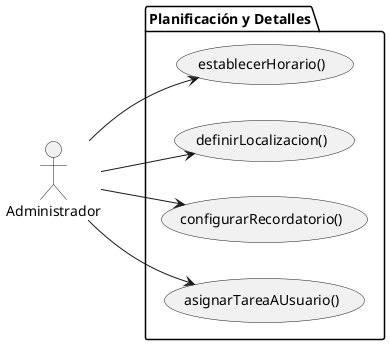
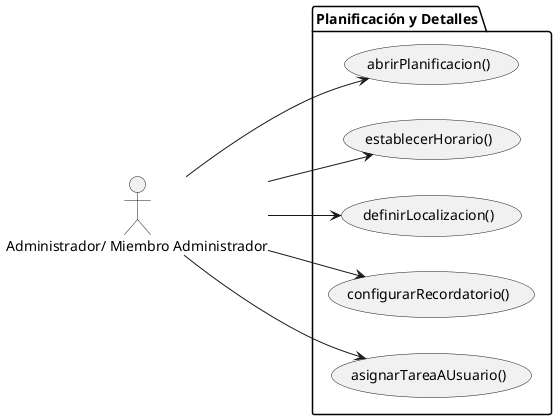
@startuml DiagramaPlanificaciónYDetalles
left to right direction
- actor "Administrador" as Admin
- 
+ actor "Administrador/ Miembro Administrador" as Admin

package "Planificación y Detalles" {
-     usecase "establecerHorario()" as UC_D1
-     usecase "definirLocalizacion()" as UC_D2
-     usecase "configurarRecordatorio()" as UC_D3
-     usecase "asignarTareaAUsuario()" as UC_D4
- 
+     usecase "abrirPlanificacion()" as UC_D1
+     usecase "establecerHorario()" as UC_D2
+     usecase "definirLocalizacion()" as UC_D3
+     usecase "configurarRecordatorio()" as UC_D4
+     usecase "asignarTareaAUsuario()" as UC_D5
}

Admin --> UC_D1
Admin --> UC_D2
Admin --> UC_D3
Admin --> UC_D4
+ Admin --> UC_D5

@enduml